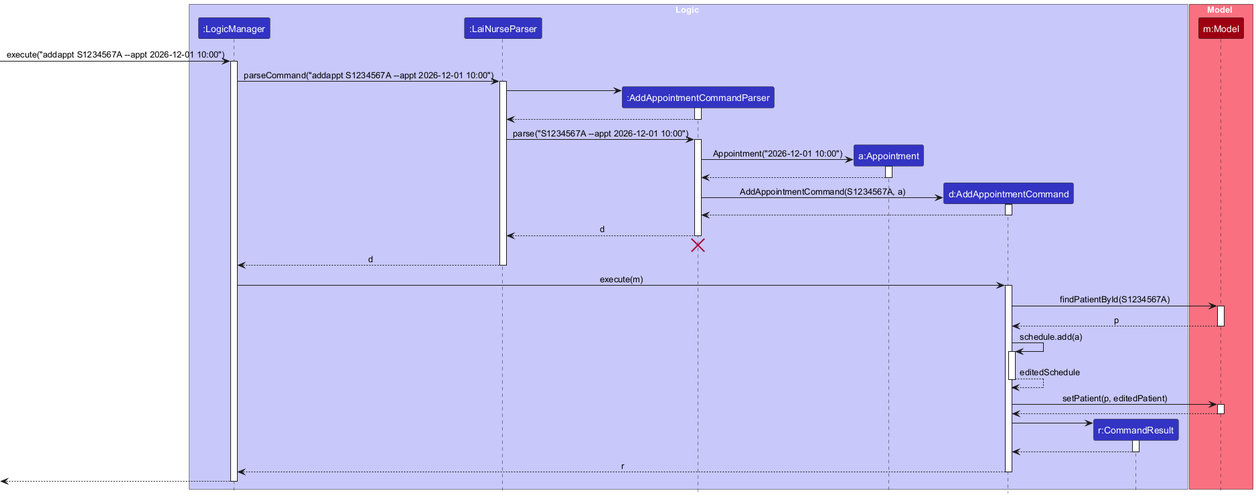
Before: docs/images/AddAppointmentSequenceDiagram.png, a diagram exported from PlantUML (AY2627S1-CS2103T-F08-2/tp).
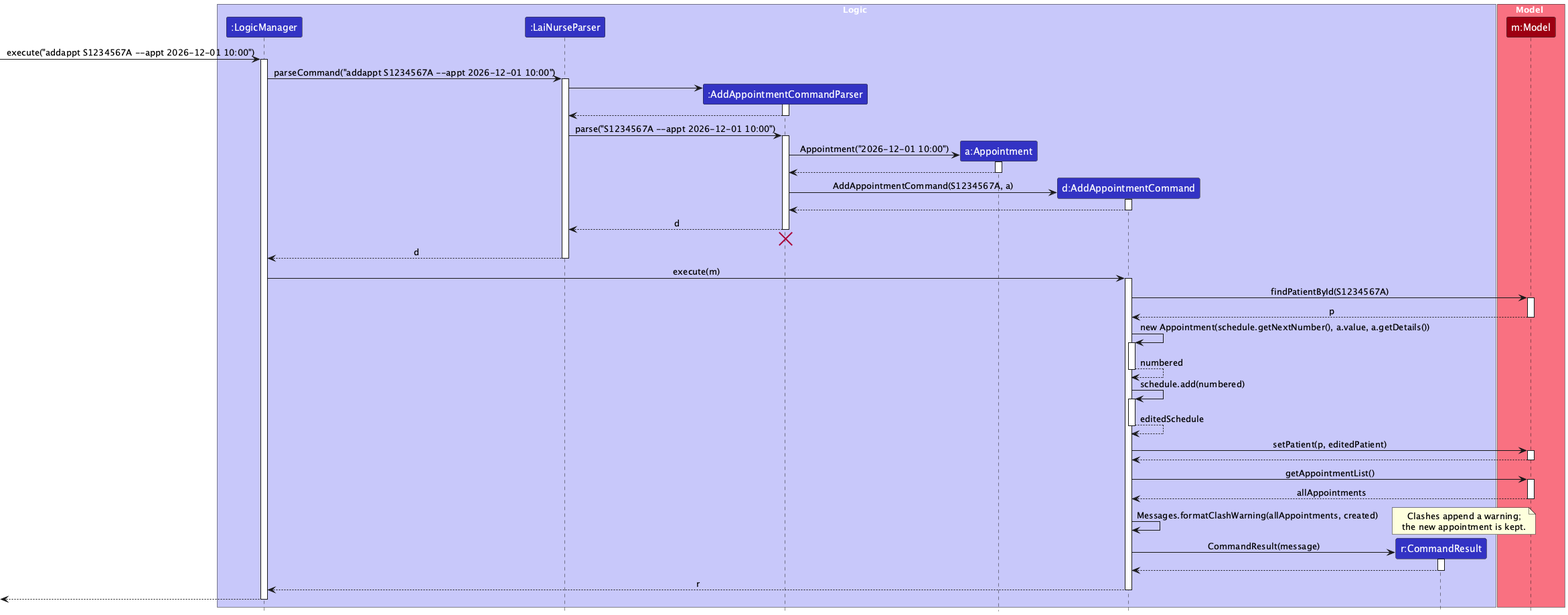
After the commit.

What changed in the source:
```diff
@@ -62,7 +62,12 @@
 Model --> AddAppointmentCommand : p
 deactivate Model
 
-AddAppointmentCommand -> AddAppointmentCommand : schedule.add(a)
+AddAppointmentCommand -> AddAppointmentCommand : new Appointment(schedule.getNextNumber(), a.value, a.getDetails())
+activate AddAppointmentCommand
+AddAppointmentCommand --> AddAppointmentCommand : numbered
+deactivate AddAppointmentCommand
+
+AddAppointmentCommand -> AddAppointmentCommand : schedule.add(numbered)
 activate AddAppointmentCommand
 
 AddAppointmentCommand --> AddAppointmentCommand : editedSchedule
@@ -74,8 +79,19 @@
 Model --> AddAppointmentCommand
 deactivate Model
 
+AddAppointmentCommand -> Model : getAppointmentList()
+activate Model
+Model --> AddAppointmentCommand : allAppointments
+deactivate Model
+
+AddAppointmentCommand -> AddAppointmentCommand : Messages.formatClashWarning(allAppointments, created)
+note right
+Clashes append a warning;
+the new appointment is kept.
+end note
+
 create CommandResult
-AddAppointmentCommand -> CommandResult
+AddAppointmentCommand -> CommandResult : CommandResult(message)
 activate CommandResult
 
 CommandResult --> AddAppointmentCommand
```
